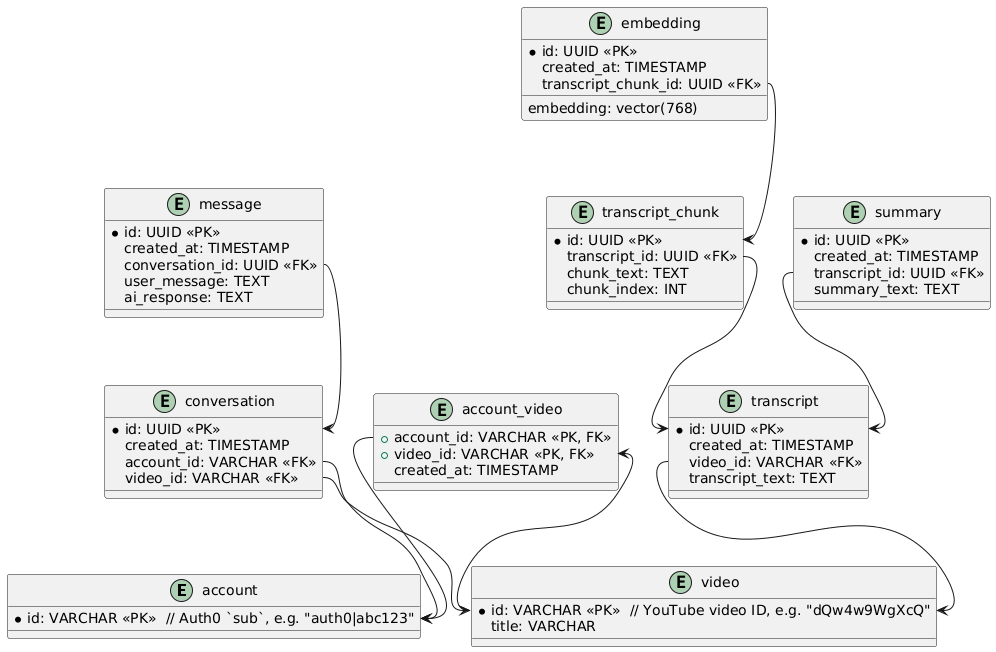
This is docs/db_schema.png from vm1828/yt-assistant, a PlantUML export, as it was before one commit.
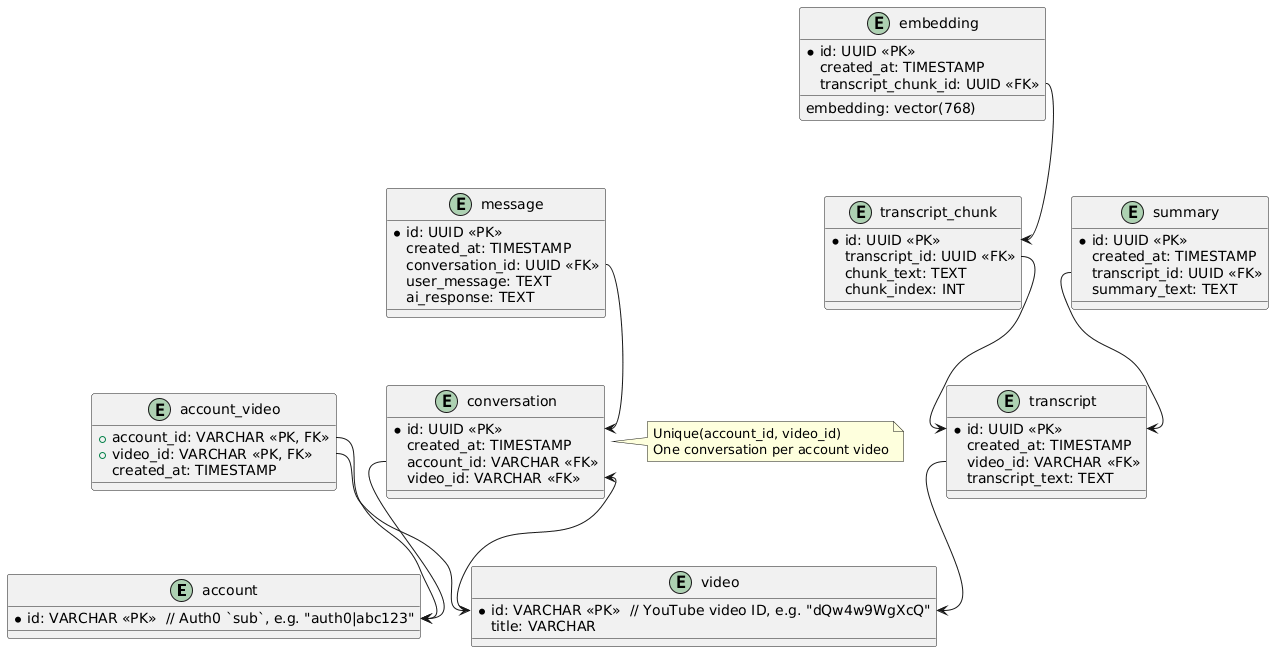
Later version of the same file.

Commit message:
feat(chat): add conversation uq_conversation_account_video unique constraint; update docs

The edit, as a diff of the source:
```diff
@@ -35,6 +35,11 @@
   video_id: VARCHAR <<FK>>
 }
 
+note right of conversation
+  Unique(account_id, video_id)
+  One conversation per account video
+end note
+
 entity "message" {
   *id: UUID <<PK>>
   created_at: TIMESTAMP
```
